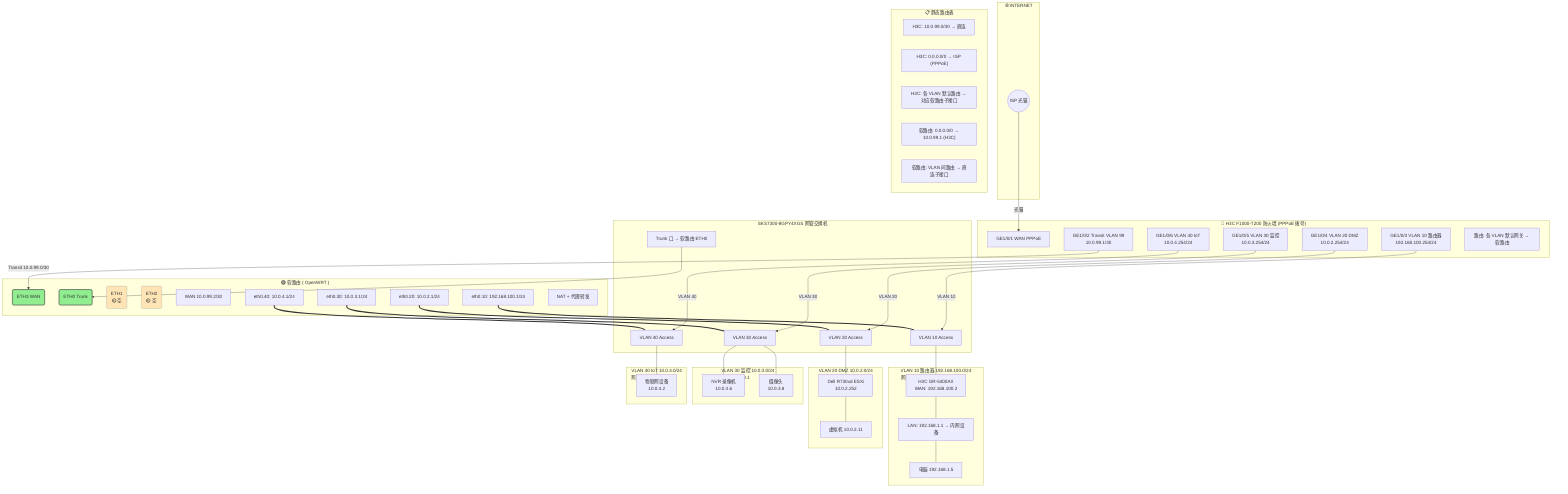
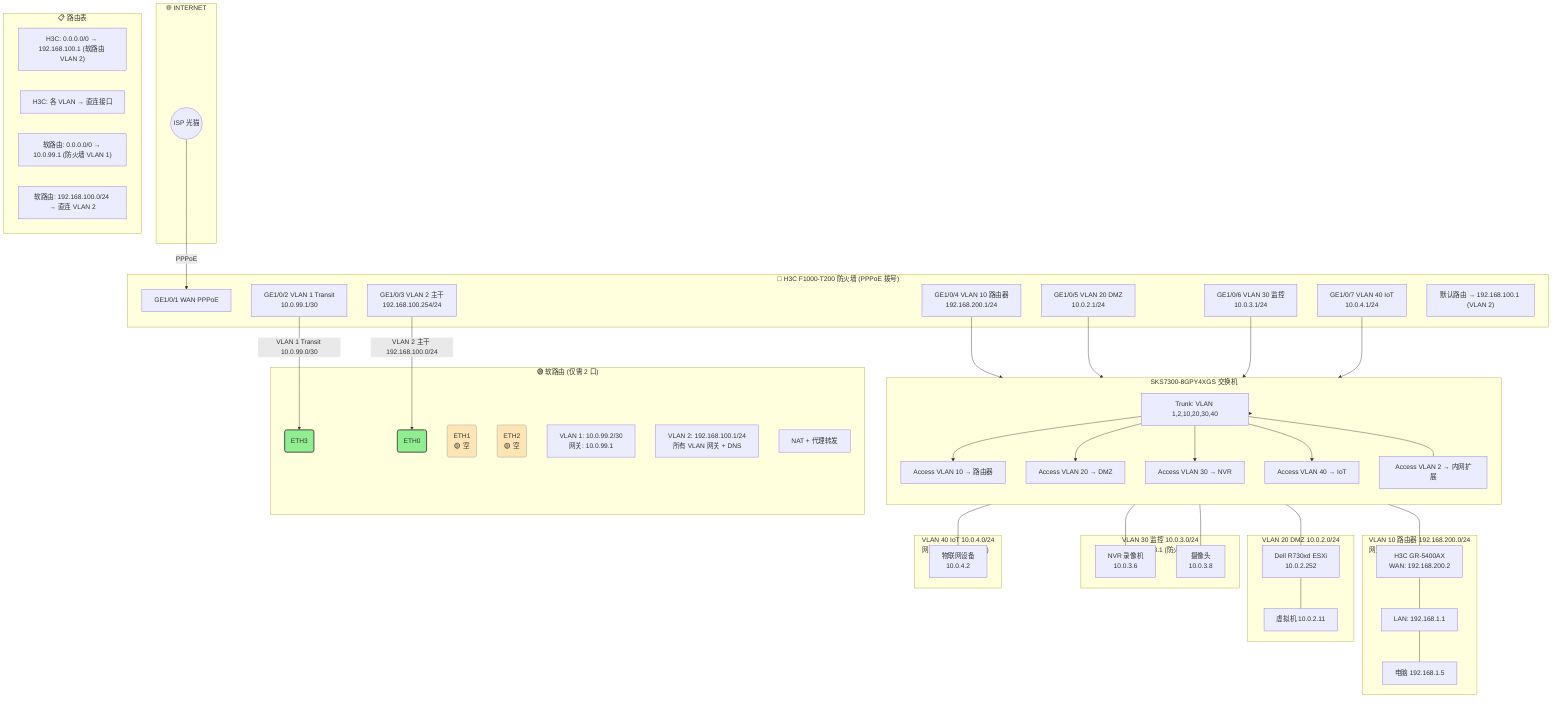
graph TB
    subgraph INTERNET["🌐 INTERNET"]
        ISP(("ISP 光猫"))
    end

    subgraph FW["🔴 H3C F1000-T200 防火墙 (PPPoE 拨号)"]
        GE1["GE1/0/1 WAN PPPoE"]
-         GE2["GE1/0/2 Transit VLAN 99<br/>10.0.99.1/30"]
-         GE3["GE1/0/3 VLAN 10 路由器<br/>192.168.100.254/24"]
-         GE4["GE1/0/4 VLAN 20 DMZ<br/>10.0.2.254/24"]
-         GE5["GE1/0/5 VLAN 30 监控<br/>10.0.3.254/24"]
-         GE6["GE1/0/6 VLAN 40 IoT<br/>10.0.4.254/24"]
-         FW_R["路由: 各 VLAN 默认网关 → 软路由"]
+         GE2["GE1/0/2 VLAN 1 Transit<br/>10.0.99.1/30"]
+         GE3["GE1/0/3 VLAN 2 主干<br/>192.168.100.254/24"]
+         GE4["GE1/0/4 VLAN 10 路由器<br/>192.168.200.1/24"]
+         GE5["GE1/0/5 VLAN 20 DMZ<br/>10.0.2.1/24"]
+         GE6["GE1/0/6 VLAN 30 监控<br/>10.0.3.1/24"]
+         GE7["GE1/0/7 VLAN 40 IoT<br/>10.0.4.1/24"]
+         FIREWALL_ROUTE["默认路由 → 192.168.100.1 (VLAN 2)"]
    end

-     subgraph SR["🟢 软路由 ( OpenWRT )"]
-         ETH3("ETH3 WAN"):::port
-         ETH0("ETH0 Trunk"):::port
+     subgraph SR["🟢 软路由 (仅需 2 口)"]
+         ETH3("ETH3"):::port
+         ETH0("ETH0"):::port
        ETH1("ETH1<br/>🟡 空"):::port_idle
        ETH2("ETH2<br/>🟡 空"):::port_idle
-         SR_WAN["WAN 10.0.99.2/30"]
-         SUB10["eth0.10: 192.168.100.1/24"]
-         SUB20["eth0.20: 10.0.2.1/24"]
-         SUB30["eth0.30: 10.0.3.1/24"]
-         SUB40["eth0.40: 10.0.4.1/24"]
+         SR_WAN["VLAN 1: 10.0.99.2/30<br/>网关: 10.0.99.1"]
+         SR_LAN["VLAN 2: 192.168.100.1/24<br/>所有 VLAN 网关 + DNS"]
        SR_NAT["NAT + 代理转发"]
    end

-     subgraph SW["SKS7300-8GPY4XGS 网管交换机"]
-         P_TRUNK["Trunk 口 → 软路由 ETH0"]
-         P10["VLAN 10 Access"]
-         P20["VLAN 20 Access"]
-         P30["VLAN 30 Access"]
-         P40["VLAN 40 Access"]
+     subgraph SW["SKS7300-8GPY4XGS 交换机"]
+         direction TB
+         TRUNK["Trunk: VLAN 1,2,10,20,30,40"]
+         P10["Access VLAN 10 → 路由器"]
+         P20["Access VLAN 20 → DMZ"]
+         P30["Access VLAN 30 → NVR"]
+         P40["Access VLAN 40 → IoT"]
+         P_LAN["Access VLAN 2 → 内网扩展"]
    end

-     subgraph VLAN10["VLAN 10 路由器 192.168.100.0/24<br/>网关: 192.168.100.1"]
-         R2["H3C GR-5400AX<br/>WAN: 192.168.100.2"]
-         R2_LAN["LAN: 192.168.1.1 → 内网设备"]
+     subgraph VLAN10["VLAN 10 路由器 192.168.200.0/24<br/>网关: 192.168.200.1 (防火墙)"]
+         R2["H3C GR-5400AX<br/>WAN: 192.168.200.2"]
+         R2_LAN["LAN: 192.168.1.1"]
        PC["电脑 192.168.1.5"]
    end

-     subgraph VLAN20["VLAN 20 DMZ 10.0.2.0/24<br/>网关: 10.0.2.1"]
+     subgraph VLAN20["VLAN 20 DMZ 10.0.2.0/24<br/>网关: 10.0.2.1 (防火墙)"]
        R730xd["Dell R730xd ESXi<br/>10.0.2.252"]
        VM["虚拟机 10.0.2.11"]
    end

-     subgraph VLAN30["VLAN 30 监控 10.0.3.0/24<br/>网关: 10.0.3.1"]
+     subgraph VLAN30["VLAN 30 监控 10.0.3.0/24<br/>网关: 10.0.3.1 (防火墙)"]
        NVR["NVR 录像机<br/>10.0.3.6"]
        CAM["摄像头<br/>10.0.3.8"]
    end

-     subgraph VLAN40["VLAN 40 IoT 10.0.4.0/24<br/>网关: 10.0.4.1"]
+     subgraph VLAN40["VLAN 40 IoT 10.0.4.0/24<br/>网关: 10.0.4.1 (防火墙)"]
        IOT_DEV["物联网设备<br/>10.0.4.2"]
    end

-     ISP -->|"光猫"| GE1
-     GE2 -->|"Transit 10.0.99.0/30"| ETH3
-     GE3 -->|"VLAN 10"| P10
-     GE4 -->|"VLAN 20"| P20
-     GE5 -->|"VLAN 30"| P30
-     GE6 -->|"VLAN 40"| P40
-     P_TRUNK --> ETH0
- 
-     SUB10 === P10
+     ISP -->|"PPPoE"| GE1
+     GE2 -->|"VLAN 1 Transit 10.0.99.0/30"| ETH3
+     GE3 -->|"VLAN 2 主干 192.168.100.0/24"| ETH0
+     GE4 --> SW
+     GE5 --> SW
+     GE6 --> SW
+     GE7 --> SW
+     SW --> TRUNK
+     TRUNK --> P10
+     TRUNK --> P20
+     TRUNK --> P30
+     TRUNK --> P40
+     TRUNK --- P_LAN
    P10 --- R2
    R2 --- R2_LAN
    R2_LAN --- PC
-     SUB20 === P20
    P20 --- R730xd
    R730xd --- VM
-     SUB30 === P30
    P30 --- NVR
    P30 --- CAM
-     SUB40 === P40
    P40 --- IOT_DEV

-     subgraph ROUTES["📋 静态路由表"]
-         F1["H3C: 10.0.99.0/30 → 直连"]
-         F2["H3C: 0.0.0.0/0 → ISP (PPPoE)"]
-         F3["H3C: 各 VLAN 默认路由 → 对应软路由子接口"]
-         S1["软路由: 0.0.0.0/0 → 10.0.99.1 (H3C)"]
-         S2["软路由: VLAN 间路由 → 直连子接口"]
+     subgraph ROUTES["📋 路由表"]
+         H1["H3C: 0.0.0.0/0 → 192.168.100.1 (软路由 VLAN 2)"]
+         H2["H3C: 各 VLAN → 直连接口"]
+         S1["软路由: 0.0.0.0/0 → 10.0.99.1 (防火墙 VLAN 1)"]
+         S2["软路由: 192.168.100.0/24 → 直连 VLAN 2"]
    end

    classDef port fill:#90EE90,stroke:#333,stroke-width:2
    classDef port_idle fill:#FFE4B5,stroke:#999,stroke-width:1,dashed